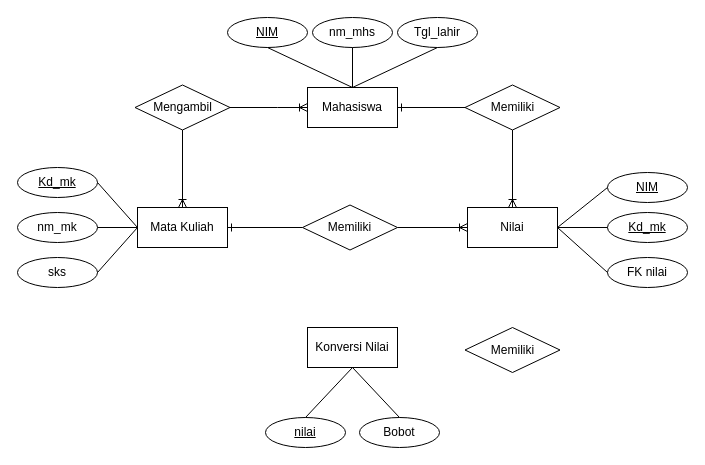
This is ERD Mahasiswa.drawio from yogadwipayana/ERD, a draw.io file, before an edit. Source tidied: cells renumbered, new cells numbered last; positions are measured from the earlier drawing's top-left corner, leaving out a move shared by most shapes. Both pictures are drawn from the tidied source at 100%, with x=0, y=0 at pixel (17, 17).
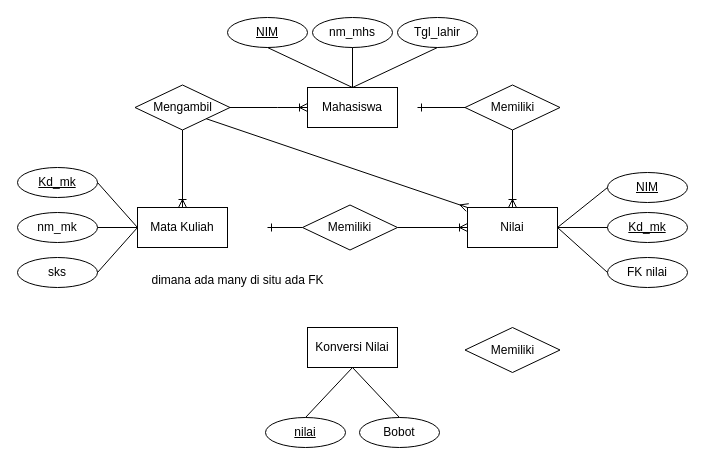
The same page after the edit.

The change refers to these unchanged cells:
```xml
<mxCell id="2" value="Mahasiswa" style="whiteSpace=wrap;html=1;" parent="1" vertex="1">
  <mxGeometry x="290" y="70" width="90" height="40" as="geometry" />
</mxCell>
<mxCell id="3" value="Mata Kuliah" style="whiteSpace=wrap;html=1;" parent="1" vertex="1">
  <mxGeometry x="120" y="190" width="90" height="40" as="geometry" />
</mxCell>
<mxCell id="4" value="Nilai" style="whiteSpace=wrap;html=1;" parent="1" vertex="1">
  <mxGeometry x="450" y="190" width="90" height="40" as="geometry" />
</mxCell>
<mxCell id="28" value="Mengambil" style="shape=rhombus;perimeter=rhombusPerimeter;whiteSpace=wrap;html=1;align=center;" parent="1" vertex="1">
  <mxGeometry x="117.5" y="67.5" width="95" height="45" as="geometry" />
</mxCell>
<mxCell id="31" value="Memiliki" style="shape=rhombus;perimeter=rhombusPerimeter;whiteSpace=wrap;html=1;align=center;" parent="1" vertex="1">
  <mxGeometry x="447.5" y="67.5" width="95" height="45" as="geometry" />
</mxCell>
<mxCell id="33" value="Memiliki" style="shape=rhombus;perimeter=rhombusPerimeter;whiteSpace=wrap;html=1;align=center;" parent="1" vertex="1">
  <mxGeometry x="285" y="187.5" width="95" height="45" as="geometry" />
</mxCell>
```

What changed in the source:
```diff
@@
-    <mxCell id="32" style="fontSize=12;html=1;endArrow=ERone;endFill=1;rounded=0;entryX=1;entryY=0.5;entryDx=0;entryDy=0;exitX=0;exitY=0.5;exitDx=0;exitDy=0;" parent="1" edge="1" source="31" target="2">
-      <mxGeometry relative="1" as="geometry" />
+    <mxCell id="32" style="fontSize=12;html=1;endArrow=ERone;endFill=1;rounded=0;exitX=0;exitY=0.5;exitDx=0;exitDy=0;" parent="1" edge="1" source="31">
+      <mxGeometry relative="1" as="geometry">
+        <mxPoint x="400" y="90" as="targetPoint" />
+      </mxGeometry>
     </mxCell>
@@
-    <mxCell id="34" style="fontSize=12;html=1;endArrow=ERone;endFill=1;rounded=0;entryX=1;entryY=0.5;entryDx=0;entryDy=0;exitX=0;exitY=0.5;exitDx=0;exitDy=0;" parent="1" edge="1" source="33" target="3">
-      <mxGeometry relative="1" as="geometry" />
+    <mxCell id="34" style="fontSize=12;html=1;endArrow=ERone;endFill=1;rounded=0;exitX=0;exitY=0.5;exitDx=0;exitDy=0;" parent="1" edge="1" source="33">
+      <mxGeometry relative="1" as="geometry">
+        <mxPoint x="250" y="210" as="targetPoint" />
+      </mxGeometry>
     </mxCell>
@@
+    <mxCell id="38" style="fontSize=12;html=1;endArrow=ERmany;rounded=0;exitX=1;exitY=1;exitDx=0;exitDy=0;entryX=0;entryY=0;entryDx=0;entryDy=0;" parent="1" edge="1" source="28" target="4">
+      <mxGeometry relative="1" as="geometry" />
+    </mxCell>
+    <mxCell id="39" value="dimana ada many di situ ada FK" style="text;html=1;align=center;verticalAlign=middle;strokeColor=none;fillColor=none;" parent="1" vertex="1">
+      <mxGeometry x="120" y="248" width="200" height="30" as="geometry" />
+    </mxCell>
```
